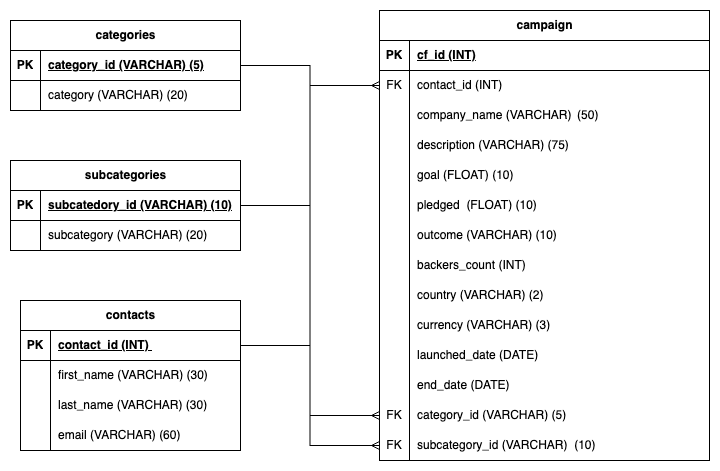
alyssahondrade/Crowdfunding_ETL keeps this draw.io diagram as Images/CrowdFunding_ERD.png. Above is the earlier version. Source tidied: cells renumbered, new cells last; positions are measured from the earlier drawing's top-left corner, leaving out a move shared by most shapes.
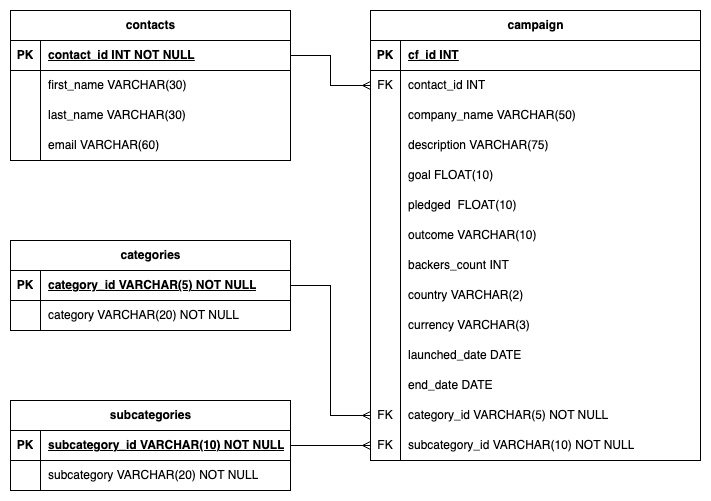
The same diagram one commit later.

Change to the diagram source:
```diff
@@ -3,7 +3,7 @@
     <mxCell id="0" />
     <mxCell id="1" parent="0" />
     <mxCell id="2" value="campaign" style="shape=table;startSize=30;rowLines=0;fontStyle=1;align=center;html=1;" parent="1" vertex="1">
-      <mxGeometry x="369" width="330" height="450" as="geometry" />
+      <mxGeometry x="340" width="330" height="450" as="geometry" />
     </mxCell>
     <mxCell id="3" style="shape=tableRow;horizontal=0;startSize=0;swimlaneHead=0;swimlaneBody=0;fillColor=none;top=0;left=0;right=0;bottom=1;" parent="2" vertex="1">
       <mxGeometry y="30" width="330" height="30" as="geometry" />
@@ -11,7 +11,7 @@
     <mxCell id="4" value="PK" style="shape=partialRectangle;fillColor=none;top=0;left=0;bottom=0;right=0;fontStyle=1;overflow=hidden;whiteSpace=wrap;html=1;" parent="3" vertex="1">
       <mxGeometry width="30" height="30" as="geometry" />
     </mxCell>
-    <mxCell id="5" value="cf_id (INT)" style="shape=partialRectangle;fillColor=none;top=0;left=0;bottom=0;right=0;align=left;spacingLeft=6;fontStyle=5;overflow=hidden;whiteSpace=wrap;html=1;" parent="3" vertex="1">
+    <mxCell id="5" value="cf_id INT" style="shape=partialRectangle;fillColor=none;top=0;left=0;bottom=0;right=0;align=left;spacingLeft=6;fontStyle=5;overflow=hidden;whiteSpace=wrap;html=1;" parent="3" vertex="1">
       <mxGeometry x="30" width="300" height="30" as="geometry" />
     </mxCell>
     <mxCell id="6" style="shape=tableRow;horizontal=0;startSize=0;swimlaneHead=0;swimlaneBody=0;fillColor=none;points=[[0,0.5],[1,0.5]];portConstraint=eastwest;top=0;left=0;right=0;bottom=0;" parent="2" vertex="1">
@@ -20,7 +20,7 @@
     <mxCell id="7" value="FK" style="shape=partialRectangle;fillColor=none;top=0;left=0;bottom=0;right=0;overflow=hidden;whiteSpace=wrap;html=1;" parent="6" vertex="1">
       <mxGeometry width="30" height="30" as="geometry" />
     </mxCell>
-    <mxCell id="8" value="contact_id (INT)" style="shape=partialRectangle;fillColor=none;top=0;left=0;bottom=0;right=0;align=left;spacingLeft=6;overflow=hidden;whiteSpace=wrap;html=1;" parent="6" vertex="1">
+    <mxCell id="8" value="contact_id INT" style="shape=partialRectangle;fillColor=none;top=0;left=0;bottom=0;right=0;align=left;spacingLeft=6;overflow=hidden;whiteSpace=wrap;html=1;" parent="6" vertex="1">
       <mxGeometry x="30" width="300" height="30" as="geometry" />
     </mxCell>
     <mxCell id="9" style="shape=tableRow;horizontal=0;startSize=0;swimlaneHead=0;swimlaneBody=0;fillColor=none;top=0;left=0;right=0;bottom=0;" parent="2" vertex="1">
@@ -29,7 +29,7 @@
     <mxCell id="10" style="shape=partialRectangle;fillColor=none;top=0;left=0;bottom=0;right=0;overflow=hidden;whiteSpace=wrap;html=1;" parent="9" vertex="1">
       <mxGeometry width="30" height="30" as="geometry" />
     </mxCell>
-    <mxCell id="11" value="company_name (VARCHAR)&lt;span style=&quot;white-space: pre;&quot;&gt;&#9;&lt;/span&gt;(50)" style="shape=partialRectangle;fillColor=none;top=0;left=0;bottom=0;right=0;align=left;spacingLeft=6;overflow=hidden;whiteSpace=wrap;html=1;" parent="9" vertex="1">
+    <mxCell id="11" value="company_name VARCHAR(50)" style="shape=partialRectangle;fillColor=none;top=0;left=0;bottom=0;right=0;align=left;spacingLeft=6;overflow=hidden;whiteSpace=wrap;html=1;" parent="9" vertex="1">
       <mxGeometry x="30" width="300" height="30" as="geometry" />
     </mxCell>
     <mxCell id="12" style="shape=tableRow;horizontal=0;startSize=0;swimlaneHead=0;swimlaneBody=0;fillColor=none;top=0;left=0;right=0;bottom=0;" parent="2" vertex="1">
@@ -38,7 +38,7 @@
     <mxCell id="13" style="shape=partialRectangle;fillColor=none;top=0;left=0;bottom=0;right=0;overflow=hidden;whiteSpace=wrap;html=1;" parent="12" vertex="1">
       <mxGeometry width="30" height="30" as="geometry" />
     </mxCell>
-    <mxCell id="14" value="description (VARCHAR) (75)" style="shape=partialRectangle;fillColor=none;top=0;left=0;bottom=0;right=0;align=left;spacingLeft=6;overflow=hidden;whiteSpace=wrap;html=1;" parent="12" vertex="1">
+    <mxCell id="14" value="description VARCHAR(75)" style="shape=partialRectangle;fillColor=none;top=0;left=0;bottom=0;right=0;align=left;spacingLeft=6;overflow=hidden;whiteSpace=wrap;html=1;" parent="12" vertex="1">
       <mxGeometry x="30" width="300" height="30" as="geometry" />
     </mxCell>
     <mxCell id="15" style="shape=tableRow;horizontal=0;startSize=0;swimlaneHead=0;swimlaneBody=0;fillColor=none;top=0;left=0;right=0;bottom=0;" parent="2" vertex="1">
@@ -47,7 +47,7 @@
     <mxCell id="16" style="shape=partialRectangle;fillColor=none;top=0;left=0;bottom=0;right=0;overflow=hidden;whiteSpace=wrap;html=1;" parent="15" vertex="1">
       <mxGeometry width="30" height="30" as="geometry" />
     </mxCell>
-    <mxCell id="17" value="goal (FLOAT) (10)" style="shape=partialRectangle;fillColor=none;top=0;left=0;bottom=0;right=0;align=left;spacingLeft=6;overflow=hidden;whiteSpace=wrap;html=1;" parent="15" vertex="1">
+    <mxCell id="17" value="goal FLOAT(10)" style="shape=partialRectangle;fillColor=none;top=0;left=0;bottom=0;right=0;align=left;spacingLeft=6;overflow=hidden;whiteSpace=wrap;html=1;" parent="15" vertex="1">
       <mxGeometry x="30" width="300" height="30" as="geometry" />
     </mxCell>
     <mxCell id="18" style="shape=tableRow;horizontal=0;startSize=0;swimlaneHead=0;swimlaneBody=0;fillColor=none;top=0;left=0;right=0;bottom=0;" parent="2" vertex="1">
@@ -56,7 +56,7 @@
     <mxCell id="19" style="shape=partialRectangle;fillColor=none;top=0;left=0;bottom=0;right=0;overflow=hidden;whiteSpace=wrap;html=1;" parent="18" vertex="1">
       <mxGeometry width="30" height="30" as="geometry" />
     </mxCell>
-    <mxCell id="20" value="pledged&amp;nbsp; (FLOAT) (10)" style="shape=partialRectangle;fillColor=none;top=0;left=0;bottom=0;right=0;align=left;spacingLeft=6;overflow=hidden;whiteSpace=wrap;html=1;" parent="18" vertex="1">
+    <mxCell id="20" value="pledged&amp;nbsp; FLOAT(10)" style="shape=partialRectangle;fillColor=none;top=0;left=0;bottom=0;right=0;align=left;spacingLeft=6;overflow=hidden;whiteSpace=wrap;html=1;" parent="18" vertex="1">
       <mxGeometry x="30" width="300" height="30" as="geometry" />
     </mxCell>
     <mxCell id="21" style="shape=tableRow;horizontal=0;startSize=0;swimlaneHead=0;swimlaneBody=0;fillColor=none;top=0;left=0;right=0;bottom=0;" parent="2" vertex="1">
@@ -65,7 +65,7 @@
     <mxCell id="22" style="shape=partialRectangle;fillColor=none;top=0;left=0;bottom=0;right=0;overflow=hidden;whiteSpace=wrap;html=1;" parent="21" vertex="1">
       <mxGeometry width="30" height="30" as="geometry" />
     </mxCell>
-    <mxCell id="23" value="outcome (VARCHAR) (10)" style="shape=partialRectangle;fillColor=none;top=0;left=0;bottom=0;right=0;align=left;spacingLeft=6;overflow=hidden;whiteSpace=wrap;html=1;" parent="21" vertex="1">
+    <mxCell id="23" value="outcome VARCHAR(10)" style="shape=partialRectangle;fillColor=none;top=0;left=0;bottom=0;right=0;align=left;spacingLeft=6;overflow=hidden;whiteSpace=wrap;html=1;" parent="21" vertex="1">
       <mxGeometry x="30" width="300" height="30" as="geometry" />
     </mxCell>
     <mxCell id="24" style="shape=tableRow;horizontal=0;startSize=0;swimlaneHead=0;swimlaneBody=0;fillColor=none;top=0;left=0;right=0;bottom=0;" parent="2" vertex="1">
@@ -74,7 +74,7 @@
     <mxCell id="25" style="shape=partialRectangle;fillColor=none;top=0;left=0;bottom=0;right=0;overflow=hidden;whiteSpace=wrap;html=1;" parent="24" vertex="1">
       <mxGeometry width="30" height="30" as="geometry" />
     </mxCell>
-    <mxCell id="26" value="backers_count (INT)&amp;nbsp;" style="shape=partialRectangle;fillColor=none;top=0;left=0;bottom=0;right=0;align=left;spacingLeft=6;overflow=hidden;whiteSpace=wrap;html=1;" parent="24" vertex="1">
+    <mxCell id="26" value="backers_count INT" style="shape=partialRectangle;fillColor=none;top=0;left=0;bottom=0;right=0;align=left;spacingLeft=6;overflow=hidden;whiteSpace=wrap;html=1;" parent="24" vertex="1">
       <mxGeometry x="30" width="300" height="30" as="geometry" />
     </mxCell>
     <mxCell id="27" style="shape=tableRow;horizontal=0;startSize=0;swimlaneHead=0;swimlaneBody=0;fillColor=none;top=0;left=0;right=0;bottom=0;" parent="2" vertex="1">
@@ -83,7 +83,7 @@
     <mxCell id="28" style="shape=partialRectangle;fillColor=none;top=0;left=0;bottom=0;right=0;overflow=hidden;whiteSpace=wrap;html=1;" parent="27" vertex="1">
       <mxGeometry width="30" height="30" as="geometry" />
     </mxCell>
-    <mxCell id="29" value="country (VARCHAR) (2)" style="shape=partialRectangle;fillColor=none;top=0;left=0;bottom=0;right=0;align=left;spacingLeft=6;overflow=hidden;whiteSpace=wrap;html=1;" parent="27" vertex="1">
+    <mxCell id="29" value="country VARCHAR(2)" style="shape=partialRectangle;fillColor=none;top=0;left=0;bottom=0;right=0;align=left;spacingLeft=6;overflow=hidden;whiteSpace=wrap;html=1;" parent="27" vertex="1">
       <mxGeometry x="30" width="300" height="30" as="geometry" />
     </mxCell>
     <mxCell id="30" style="shape=tableRow;horizontal=0;startSize=0;swimlaneHead=0;swimlaneBody=0;fillColor=none;top=0;left=0;right=0;bottom=0;" parent="2" vertex="1">
@@ -92,7 +92,7 @@
     <mxCell id="31" style="shape=partialRectangle;fillColor=none;top=0;left=0;bottom=0;right=0;overflow=hidden;whiteSpace=wrap;html=1;" parent="30" vertex="1">
       <mxGeometry width="30" height="30" as="geometry" />
     </mxCell>
-    <mxCell id="32" value="currency (VARCHAR) (3)" style="shape=partialRectangle;fillColor=none;top=0;left=0;bottom=0;right=0;align=left;spacingLeft=6;overflow=hidden;whiteSpace=wrap;html=1;" parent="30" vertex="1">
+    <mxCell id="32" value="currency VARCHAR(3)" style="shape=partialRectangle;fillColor=none;top=0;left=0;bottom=0;right=0;align=left;spacingLeft=6;overflow=hidden;whiteSpace=wrap;html=1;" parent="30" vertex="1">
       <mxGeometry x="30" width="300" height="30" as="geometry" />
     </mxCell>
     <mxCell id="33" style="shape=tableRow;horizontal=0;startSize=0;swimlaneHead=0;swimlaneBody=0;fillColor=none;top=0;left=0;right=0;bottom=0;" parent="2" vertex="1">
@@ -101,7 +101,7 @@
     <mxCell id="34" style="shape=partialRectangle;fillColor=none;top=0;left=0;bottom=0;right=0;overflow=hidden;whiteSpace=wrap;html=1;" parent="33" vertex="1">
       <mxGeometry width="30" height="30" as="geometry" />
     </mxCell>
-    <mxCell id="35" value="launched_date (DATE)" style="shape=partialRectangle;fillColor=none;top=0;left=0;bottom=0;right=0;align=left;spacingLeft=6;overflow=hidden;whiteSpace=wrap;html=1;" parent="33" vertex="1">
+    <mxCell id="35" value="launched_date DATE" style="shape=partialRectangle;fillColor=none;top=0;left=0;bottom=0;right=0;align=left;spacingLeft=6;overflow=hidden;whiteSpace=wrap;html=1;" parent="33" vertex="1">
       <mxGeometry x="30" width="300" height="30" as="geometry" />
     </mxCell>
     <mxCell id="36" style="shape=tableRow;horizontal=0;startSize=0;swimlaneHead=0;swimlaneBody=0;fillColor=none;top=0;left=0;right=0;bottom=0;" parent="2" vertex="1">
@@ -110,7 +110,7 @@
     <mxCell id="37" style="shape=partialRectangle;fillColor=none;top=0;left=0;bottom=0;right=0;overflow=hidden;whiteSpace=wrap;html=1;" parent="36" vertex="1">
       <mxGeometry width="30" height="30" as="geometry" />
     </mxCell>
-    <mxCell id="38" value="end_date (DATE)" style="shape=partialRectangle;fillColor=none;top=0;left=0;bottom=0;right=0;align=left;spacingLeft=6;overflow=hidden;whiteSpace=wrap;html=1;" parent="36" vertex="1">
+    <mxCell id="38" value="end_date DATE" style="shape=partialRectangle;fillColor=none;top=0;left=0;bottom=0;right=0;align=left;spacingLeft=6;overflow=hidden;whiteSpace=wrap;html=1;" parent="36" vertex="1">
       <mxGeometry x="30" width="300" height="30" as="geometry" />
     </mxCell>
     <mxCell id="39" style="shape=tableRow;horizontal=0;startSize=0;swimlaneHead=0;swimlaneBody=0;fillColor=none;points=[[0,0.5],[1,0.5]];portConstraint=eastwest;top=0;left=0;right=0;bottom=0;" parent="2" vertex="1">
@@ -119,7 +119,7 @@
     <mxCell id="40" value="FK" style="shape=partialRectangle;fillColor=none;top=0;left=0;bottom=0;right=0;overflow=hidden;whiteSpace=wrap;html=1;" parent="39" vertex="1">
       <mxGeometry width="30" height="30" as="geometry" />
     </mxCell>
-    <mxCell id="41" value="category_id (VARCHAR) (5)" style="shape=partialRectangle;fillColor=none;top=0;left=0;bottom=0;right=0;align=left;spacingLeft=6;overflow=hidden;whiteSpace=wrap;html=1;" parent="39" vertex="1">
+    <mxCell id="41" value="category_id VARCHAR(5) NOT NULL" style="shape=partialRectangle;fillColor=none;top=0;left=0;bottom=0;right=0;align=left;spacingLeft=6;overflow=hidden;whiteSpace=wrap;html=1;" parent="39" vertex="1">
       <mxGeometry x="30" width="300" height="30" as="geometry" />
     </mxCell>
     <mxCell id="42" style="shape=tableRow;horizontal=0;startSize=0;swimlaneHead=0;swimlaneBody=0;fillColor=none;points=[[0,0.5],[1,0.5]];portConstraint=eastwest;top=0;left=0;right=0;bottom=0;" parent="2" vertex="1">
@@ -128,89 +128,89 @@
     <mxCell id="43" value="FK" style="shape=partialRectangle;fillColor=none;top=0;left=0;bottom=0;right=0;overflow=hidden;whiteSpace=wrap;html=1;" parent="42" vertex="1">
       <mxGeometry width="30" height="30" as="geometry" />
     </mxCell>
-    <mxCell id="44" value="subcategory_id (VARCHAR)&amp;nbsp; (10)" style="shape=partialRectangle;fillColor=none;top=0;left=0;bottom=0;right=0;align=left;spacingLeft=6;overflow=hidden;whiteSpace=wrap;html=1;" parent="42" vertex="1">
+    <mxCell id="44" value="subcategory_id VARCHAR(10) NOT NULL" style="shape=partialRectangle;fillColor=none;top=0;left=0;bottom=0;right=0;align=left;spacingLeft=6;overflow=hidden;whiteSpace=wrap;html=1;" parent="42" vertex="1">
       <mxGeometry x="30" width="300" height="30" as="geometry" />
     </mxCell>
     <mxCell id="45" value="subcategories" style="shape=table;startSize=30;rowLines=0;fontStyle=1;align=center;html=1;" parent="1" vertex="1">
-      <mxGeometry y="150" width="230" height="90" as="geometry" />
+      <mxGeometry x="-20" y="390" width="280" height="90" as="geometry" />
     </mxCell>
     <mxCell id="46" style="shape=tableRow;horizontal=0;startSize=0;swimlaneHead=0;swimlaneBody=0;fillColor=none;points=[[0,0.5],[1,0.5]];portConstraint=eastwest;top=0;left=0;right=0;bottom=1;" parent="45" vertex="1">
-      <mxGeometry y="30" width="230" height="30" as="geometry" />
+      <mxGeometry y="30" width="280" height="30" as="geometry" />
     </mxCell>
     <mxCell id="47" value="PK" style="shape=partialRectangle;fillColor=none;top=0;left=0;bottom=0;right=0;fontStyle=1;overflow=hidden;whiteSpace=wrap;html=1;" parent="46" vertex="1">
       <mxGeometry width="30" height="30" as="geometry" />
     </mxCell>
-    <mxCell id="48" value="subcatedory_id (VARCHAR) (10)" style="shape=partialRectangle;fillColor=none;top=0;left=0;bottom=0;right=0;align=left;spacingLeft=6;fontStyle=5;overflow=hidden;whiteSpace=wrap;html=1;" parent="46" vertex="1">
-      <mxGeometry x="30" width="200" height="30" as="geometry" />
+    <mxCell id="48" value="subcategory_id VARCHAR(10) NOT NULL" style="shape=partialRectangle;fillColor=none;top=0;left=0;bottom=0;right=0;align=left;spacingLeft=6;fontStyle=5;overflow=hidden;whiteSpace=wrap;html=1;" parent="46" vertex="1">
+      <mxGeometry x="30" width="250" height="30" as="geometry" />
     </mxCell>
     <mxCell id="49" style="shape=tableRow;horizontal=0;startSize=0;swimlaneHead=0;swimlaneBody=0;fillColor=none;top=0;left=0;right=0;bottom=0;" parent="45" vertex="1">
-      <mxGeometry y="60" width="230" height="30" as="geometry" />
+      <mxGeometry y="60" width="280" height="30" as="geometry" />
     </mxCell>
     <mxCell id="50" style="shape=partialRectangle;fillColor=none;top=0;left=0;bottom=0;right=0;overflow=hidden;whiteSpace=wrap;html=1;" parent="49" vertex="1">
       <mxGeometry width="30" height="30" as="geometry" />
     </mxCell>
-    <mxCell id="51" value="subcategory (VARCHAR) (20)" style="shape=partialRectangle;fillColor=none;top=0;left=0;bottom=0;right=0;align=left;spacingLeft=6;overflow=hidden;whiteSpace=wrap;html=1;" parent="49" vertex="1">
-      <mxGeometry x="30" width="200" height="30" as="geometry" />
+    <mxCell id="51" value="subcategory VARCHAR(20) NOT NULL" style="shape=partialRectangle;fillColor=none;top=0;left=0;bottom=0;right=0;align=left;spacingLeft=6;overflow=hidden;whiteSpace=wrap;html=1;" parent="49" vertex="1">
+      <mxGeometry x="30" width="250" height="30" as="geometry" />
     </mxCell>
     <mxCell id="52" value="contacts" style="shape=table;startSize=30;rowLines=0;fontStyle=1;align=center;html=1;" parent="1" vertex="1">
-      <mxGeometry x="10" y="290" width="220" height="150" as="geometry" />
+      <mxGeometry x="-20" width="280" height="150" as="geometry" />
     </mxCell>
     <mxCell id="53" style="shape=tableRow;horizontal=0;startSize=0;swimlaneHead=0;swimlaneBody=0;fillColor=none;points=[[0,0.5],[1,0.5]];portConstraint=eastwest;top=0;left=0;right=0;bottom=1;" parent="52" vertex="1">
-      <mxGeometry y="30" width="220" height="30" as="geometry" />
+      <mxGeometry y="30" width="280" height="30" as="geometry" />
     </mxCell>
     <mxCell id="54" value="PK" style="shape=partialRectangle;fillColor=none;top=0;left=0;bottom=0;right=0;fontStyle=1;overflow=hidden;whiteSpace=wrap;html=1;" parent="53" vertex="1">
       <mxGeometry width="30" height="30" as="geometry" />
     </mxCell>
-    <mxCell id="55" value="contact_id (INT)&amp;nbsp;" style="shape=partialRectangle;fillColor=none;top=0;left=0;bottom=0;right=0;align=left;spacingLeft=6;fontStyle=5;overflow=hidden;whiteSpace=wrap;html=1;" parent="53" vertex="1">
-      <mxGeometry x="30" width="190" height="30" as="geometry" />
+    <mxCell id="55" value="contact_id INT NOT NULL" style="shape=partialRectangle;fillColor=none;top=0;left=0;bottom=0;right=0;align=left;spacingLeft=6;fontStyle=5;overflow=hidden;whiteSpace=wrap;html=1;" parent="53" vertex="1">
+      <mxGeometry x="30" width="250" height="30" as="geometry" />
     </mxCell>
     <mxCell id="56" style="shape=tableRow;horizontal=0;startSize=0;swimlaneHead=0;swimlaneBody=0;fillColor=none;top=0;left=0;right=0;bottom=0;" parent="52" vertex="1">
-      <mxGeometry y="60" width="220" height="30" as="geometry" />
+      <mxGeometry y="60" width="280" height="30" as="geometry" />
     </mxCell>
     <mxCell id="57" style="shape=partialRectangle;fillColor=none;top=0;left=0;bottom=0;right=0;overflow=hidden;whiteSpace=wrap;html=1;" parent="56" vertex="1">
       <mxGeometry width="30" height="30" as="geometry" />
     </mxCell>
-    <mxCell id="58" value="first_name (VARCHAR) (30)" style="shape=partialRectangle;fillColor=none;top=0;left=0;bottom=0;right=0;align=left;spacingLeft=6;overflow=hidden;whiteSpace=wrap;html=1;" parent="56" vertex="1">
-      <mxGeometry x="30" width="190" height="30" as="geometry" />
+    <mxCell id="58" value="first_name VARCHAR(30)" style="shape=partialRectangle;fillColor=none;top=0;left=0;bottom=0;right=0;align=left;spacingLeft=6;overflow=hidden;whiteSpace=wrap;html=1;" parent="56" vertex="1">
+      <mxGeometry x="30" width="250" height="30" as="geometry" />
     </mxCell>
     <mxCell id="59" style="shape=tableRow;horizontal=0;startSize=0;swimlaneHead=0;swimlaneBody=0;fillColor=none;top=0;left=0;right=0;bottom=0;" parent="52" vertex="1">
-      <mxGeometry y="90" width="220" height="30" as="geometry" />
+      <mxGeometry y="90" width="280" height="30" as="geometry" />
     </mxCell>
     <mxCell id="60" style="shape=partialRectangle;fillColor=none;top=0;left=0;bottom=0;right=0;overflow=hidden;whiteSpace=wrap;html=1;" parent="59" vertex="1">
       <mxGeometry width="30" height="30" as="geometry" />
     </mxCell>
-    <mxCell id="61" value="last_name (VARCHAR) (30)" style="shape=partialRectangle;fillColor=none;top=0;left=0;bottom=0;right=0;align=left;spacingLeft=6;overflow=hidden;whiteSpace=wrap;html=1;" parent="59" vertex="1">
-      <mxGeometry x="30" width="190" height="30" as="geometry" />
+    <mxCell id="61" value="last_name VARCHAR(30)" style="shape=partialRectangle;fillColor=none;top=0;left=0;bottom=0;right=0;align=left;spacingLeft=6;overflow=hidden;whiteSpace=wrap;html=1;" parent="59" vertex="1">
+      <mxGeometry x="30" width="250" height="30" as="geometry" />
     </mxCell>
     <mxCell id="62" style="shape=tableRow;horizontal=0;startSize=0;swimlaneHead=0;swimlaneBody=0;fillColor=none;top=0;left=0;right=0;bottom=0;" parent="52" vertex="1">
-      <mxGeometry y="120" width="220" height="30" as="geometry" />
+      <mxGeometry y="120" width="280" height="30" as="geometry" />
     </mxCell>
     <mxCell id="63" style="shape=partialRectangle;fillColor=none;top=0;left=0;bottom=0;right=0;overflow=hidden;whiteSpace=wrap;html=1;" parent="62" vertex="1">
       <mxGeometry width="30" height="30" as="geometry" />
     </mxCell>
-    <mxCell id="64" value="email (VARCHAR) (60)" style="shape=partialRectangle;fillColor=none;top=0;left=0;bottom=0;right=0;align=left;spacingLeft=6;overflow=hidden;whiteSpace=wrap;html=1;" parent="62" vertex="1">
-      <mxGeometry x="30" width="190" height="30" as="geometry" />
+    <mxCell id="64" value="email VARCHAR(60)" style="shape=partialRectangle;fillColor=none;top=0;left=0;bottom=0;right=0;align=left;spacingLeft=6;overflow=hidden;whiteSpace=wrap;html=1;" parent="62" vertex="1">
+      <mxGeometry x="30" width="250" height="30" as="geometry" />
     </mxCell>
     <mxCell id="65" value="categories" style="shape=table;startSize=30;rowLines=0;fontStyle=1;align=center;html=1;" parent="1" vertex="1">
-      <mxGeometry y="10" width="230" height="90" as="geometry" />
+      <mxGeometry x="-20" y="230" width="280" height="90" as="geometry" />
     </mxCell>
     <mxCell id="66" style="shape=tableRow;horizontal=0;startSize=0;swimlaneHead=0;swimlaneBody=0;fillColor=none;points=[[0,0.5],[1,0.5]];portConstraint=eastwest;top=0;left=0;right=0;bottom=1;" parent="65" vertex="1">
-      <mxGeometry y="30" width="230" height="30" as="geometry" />
+      <mxGeometry y="30" width="280" height="30" as="geometry" />
     </mxCell>
     <mxCell id="67" value="PK" style="shape=partialRectangle;fillColor=none;top=0;left=0;bottom=0;right=0;fontStyle=1;overflow=hidden;whiteSpace=wrap;html=1;" parent="66" vertex="1">
       <mxGeometry width="30" height="30" as="geometry" />
     </mxCell>
-    <mxCell id="68" value="category_id (VARCHAR) (5)" style="shape=partialRectangle;fillColor=none;top=0;left=0;bottom=0;right=0;align=left;spacingLeft=6;fontStyle=5;overflow=hidden;whiteSpace=wrap;html=1;" parent="66" vertex="1">
-      <mxGeometry x="30" width="200" height="30" as="geometry" />
+    <mxCell id="68" value="category_id VARCHAR(5) NOT NULL" style="shape=partialRectangle;fillColor=none;top=0;left=0;bottom=0;right=0;align=left;spacingLeft=6;fontStyle=5;overflow=hidden;whiteSpace=wrap;html=1;" parent="66" vertex="1">
+      <mxGeometry x="30" width="250" height="30" as="geometry" />
     </mxCell>
     <mxCell id="69" style="shape=tableRow;horizontal=0;startSize=0;swimlaneHead=0;swimlaneBody=0;fillColor=none;top=0;left=0;right=0;bottom=0;" parent="65" vertex="1">
-      <mxGeometry y="60" width="230" height="30" as="geometry" />
+      <mxGeometry y="60" width="280" height="30" as="geometry" />
     </mxCell>
     <mxCell id="70" style="shape=partialRectangle;fillColor=none;top=0;left=0;bottom=0;right=0;overflow=hidden;whiteSpace=wrap;html=1;" parent="69" vertex="1">
       <mxGeometry width="30" height="30" as="geometry" />
     </mxCell>
-    <mxCell id="71" value="category (VARCHAR) (20)" style="shape=partialRectangle;fillColor=none;top=0;left=0;bottom=0;right=0;align=left;spacingLeft=6;overflow=hidden;whiteSpace=wrap;html=1;" parent="69" vertex="1">
-      <mxGeometry x="30" width="200" height="30" as="geometry" />
+    <mxCell id="71" value="category VARCHAR(20) NOT NULL" style="shape=partialRectangle;fillColor=none;top=0;left=0;bottom=0;right=0;align=left;spacingLeft=6;overflow=hidden;whiteSpace=wrap;html=1;" parent="69" vertex="1">
+      <mxGeometry x="30" width="250" height="30" as="geometry" />
     </mxCell>
     <mxCell id="72" style="edgeStyle=orthogonalEdgeStyle;rounded=0;jettySize=auto;html=1;entryX=0;entryY=0.5;entryDx=0;entryDy=0;startArrow=baseDash;startFill=0;endArrow=ERmany;endFill=0;" parent="1" edge="1" source="66" target="39">
       <mxGeometry relative="1" as="geometry" />
```
